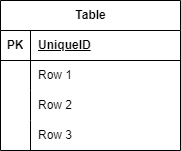
Before: src/public/images/er.drawio.png, a diagram exported from draw.io (tommy311111/pigly). Source tidied: cells renumbered, new cells last; positions are measured from the earlier drawing's top-left corner, leaving out a move shared by most shapes.
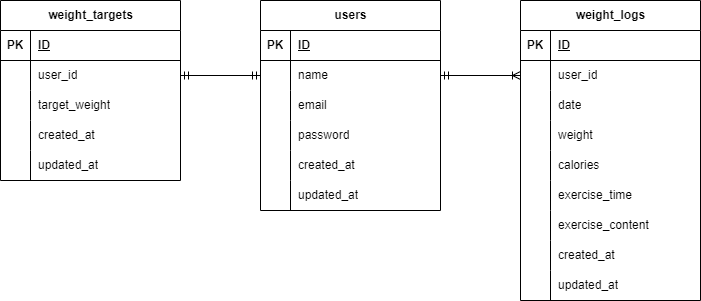
After the change.

Change to the diagram source:
```diff
@@ -2,8 +2,8 @@
   <root>
     <mxCell id="0" />
     <mxCell id="1" parent="0" />
-    <mxCell id="2" value="Table" style="shape=table;startSize=30;rowLines=0;fontStyle=1;align=center;html=1;" parent="1" vertex="1">
-      <mxGeometry width="180" height="150" as="geometry" />
+    <mxCell id="2" value="users" style="shape=table;startSize=30;rowLines=0;fontStyle=1;align=center;html=1;" parent="1" vertex="1">
+      <mxGeometry width="180" height="210" as="geometry" />
     </mxCell>
     <mxCell id="3" style="shape=tableRow;horizontal=0;startSize=0;swimlaneHead=0;swimlaneBody=0;fillColor=none;top=0;left=0;right=0;bottom=1;" parent="2" vertex="1">
       <mxGeometry y="30" width="180" height="30" as="geometry" />
@@ -11,7 +11,7 @@
     <mxCell id="4" value="PK" style="shape=partialRectangle;fillColor=none;top=0;left=0;bottom=0;right=0;fontStyle=1;overflow=hidden;whiteSpace=wrap;html=1;" parent="3" vertex="1">
       <mxGeometry width="30" height="30" as="geometry" />
     </mxCell>
-    <mxCell id="5" value="UniqueID" style="shape=partialRectangle;fillColor=none;top=0;left=0;bottom=0;right=0;align=left;spacingLeft=6;fontStyle=5;overflow=hidden;whiteSpace=wrap;html=1;" parent="3" vertex="1">
+    <mxCell id="5" value="ID" style="shape=partialRectangle;fillColor=none;top=0;left=0;bottom=0;right=0;align=left;spacingLeft=6;fontStyle=5;overflow=hidden;whiteSpace=wrap;html=1;" parent="3" vertex="1">
       <mxGeometry x="30" width="150" height="30" as="geometry" />
     </mxCell>
     <mxCell id="6" style="shape=tableRow;horizontal=0;startSize=0;swimlaneHead=0;swimlaneBody=0;fillColor=none;points=[[0,0.5],[1,0.5]];portConstraint=eastwest;top=0;left=0;right=0;bottom=0;" parent="2" vertex="1">
@@ -20,26 +20,182 @@
     <mxCell id="7" style="shape=partialRectangle;fillColor=none;top=0;left=0;bottom=0;right=0;overflow=hidden;whiteSpace=wrap;html=1;" parent="6" vertex="1">
       <mxGeometry width="30" height="30" as="geometry" />
     </mxCell>
-    <mxCell id="8" value="Row 1" style="shape=partialRectangle;fillColor=none;top=0;left=0;bottom=0;right=0;align=left;spacingLeft=6;overflow=hidden;whiteSpace=wrap;html=1;" parent="6" vertex="1">
+    <mxCell id="8" value="name" style="shape=partialRectangle;fillColor=none;top=0;left=0;bottom=0;right=0;align=left;spacingLeft=6;overflow=hidden;whiteSpace=wrap;html=1;" parent="6" vertex="1">
       <mxGeometry x="30" width="150" height="30" as="geometry" />
     </mxCell>
+    <mxCell id="15" style="shape=tableRow;horizontal=0;startSize=0;swimlaneHead=0;swimlaneBody=0;fillColor=none;top=0;left=0;right=0;bottom=0;" parent="2" vertex="1">
+      <mxGeometry y="90" width="180" height="30" as="geometry" />
+    </mxCell>
+    <mxCell id="16" style="shape=partialRectangle;fillColor=none;top=0;left=0;bottom=0;right=0;overflow=hidden;whiteSpace=wrap;html=1;" parent="15" vertex="1">
+      <mxGeometry width="30" height="30" as="geometry" />
+    </mxCell>
+    <mxCell id="17" value="email" style="shape=partialRectangle;fillColor=none;top=0;left=0;bottom=0;right=0;align=left;spacingLeft=6;overflow=hidden;whiteSpace=wrap;html=1;" parent="15" vertex="1">
+      <mxGeometry x="30" width="150" height="30" as="geometry" />
+    </mxCell>
+    <mxCell id="18" style="shape=tableRow;horizontal=0;startSize=0;swimlaneHead=0;swimlaneBody=0;fillColor=none;top=0;left=0;right=0;bottom=0;" parent="2" vertex="1">
+      <mxGeometry y="120" width="180" height="30" as="geometry" />
+    </mxCell>
+    <mxCell id="19" style="shape=partialRectangle;fillColor=none;top=0;left=0;bottom=0;right=0;overflow=hidden;whiteSpace=wrap;html=1;" parent="18" vertex="1">
+      <mxGeometry width="30" height="30" as="geometry" />
+    </mxCell>
+    <mxCell id="20" value="password" style="shape=partialRectangle;fillColor=none;top=0;left=0;bottom=0;right=0;align=left;spacingLeft=6;overflow=hidden;whiteSpace=wrap;html=1;" parent="18" vertex="1">
+      <mxGeometry x="30" width="150" height="30" as="geometry" />
+    </mxCell>
     <mxCell id="9" style="shape=tableRow;horizontal=0;startSize=0;swimlaneHead=0;swimlaneBody=0;fillColor=none;top=0;left=0;right=0;bottom=0;" parent="2" vertex="1">
-      <mxGeometry y="90" width="180" height="30" as="geometry" />
+      <mxGeometry y="150" width="180" height="30" as="geometry" />
     </mxCell>
     <mxCell id="10" style="shape=partialRectangle;fillColor=none;top=0;left=0;bottom=0;right=0;overflow=hidden;whiteSpace=wrap;html=1;" parent="9" vertex="1">
       <mxGeometry width="30" height="30" as="geometry" />
     </mxCell>
-    <mxCell id="11" value="Row 2" style="shape=partialRectangle;fillColor=none;top=0;left=0;bottom=0;right=0;align=left;spacingLeft=6;overflow=hidden;whiteSpace=wrap;html=1;" parent="9" vertex="1">
+    <mxCell id="11" value="created_at" style="shape=partialRectangle;fillColor=none;top=0;left=0;bottom=0;right=0;align=left;spacingLeft=6;overflow=hidden;whiteSpace=wrap;html=1;" parent="9" vertex="1">
       <mxGeometry x="30" width="150" height="30" as="geometry" />
     </mxCell>
     <mxCell id="12" style="shape=tableRow;horizontal=0;startSize=0;swimlaneHead=0;swimlaneBody=0;fillColor=none;top=0;left=0;right=0;bottom=0;" parent="2" vertex="1">
-      <mxGeometry y="120" width="180" height="30" as="geometry" />
+      <mxGeometry y="180" width="180" height="30" as="geometry" />
     </mxCell>
     <mxCell id="13" style="shape=partialRectangle;fillColor=none;top=0;left=0;bottom=0;right=0;overflow=hidden;whiteSpace=wrap;html=1;" parent="12" vertex="1">
       <mxGeometry width="30" height="30" as="geometry" />
     </mxCell>
-    <mxCell id="14" value="Row 3" style="shape=partialRectangle;fillColor=none;top=0;left=0;bottom=0;right=0;align=left;spacingLeft=6;overflow=hidden;whiteSpace=wrap;html=1;" parent="12" vertex="1">
+    <mxCell id="14" value="updated_at" style="shape=partialRectangle;fillColor=none;top=0;left=0;bottom=0;right=0;align=left;spacingLeft=6;overflow=hidden;whiteSpace=wrap;html=1;" parent="12" vertex="1">
       <mxGeometry x="30" width="150" height="30" as="geometry" />
     </mxCell>
+    <mxCell id="21" value="weight_targets" style="shape=table;startSize=30;rowLines=0;fontStyle=1;align=center;html=1;" parent="1" vertex="1">
+      <mxGeometry x="-260" width="180" height="180" as="geometry" />
+    </mxCell>
+    <mxCell id="22" style="shape=tableRow;horizontal=0;startSize=0;swimlaneHead=0;swimlaneBody=0;fillColor=none;top=0;left=0;right=0;bottom=1;" parent="21" vertex="1">
+      <mxGeometry y="30" width="180" height="30" as="geometry" />
+    </mxCell>
+    <mxCell id="23" value="PK" style="shape=partialRectangle;fillColor=none;top=0;left=0;bottom=0;right=0;fontStyle=1;overflow=hidden;whiteSpace=wrap;html=1;" parent="22" vertex="1">
+      <mxGeometry width="30" height="30" as="geometry" />
+    </mxCell>
+    <mxCell id="24" value="ID" style="shape=partialRectangle;fillColor=none;top=0;left=0;bottom=0;right=0;align=left;spacingLeft=6;fontStyle=5;overflow=hidden;whiteSpace=wrap;html=1;" parent="22" vertex="1">
+      <mxGeometry x="30" width="150" height="30" as="geometry" />
+    </mxCell>
+    <mxCell id="25" style="shape=tableRow;horizontal=0;startSize=0;swimlaneHead=0;swimlaneBody=0;fillColor=none;points=[[0,0.5],[1,0.5]];portConstraint=eastwest;top=0;left=0;right=0;bottom=0;" parent="21" vertex="1">
+      <mxGeometry y="60" width="180" height="30" as="geometry" />
+    </mxCell>
+    <mxCell id="26" style="shape=partialRectangle;fillColor=none;top=0;left=0;bottom=0;right=0;overflow=hidden;whiteSpace=wrap;html=1;" parent="25" vertex="1">
+      <mxGeometry width="30" height="30" as="geometry" />
+    </mxCell>
+    <mxCell id="27" value="user_id" style="shape=partialRectangle;fillColor=none;top=0;left=0;bottom=0;right=0;align=left;spacingLeft=6;overflow=hidden;whiteSpace=wrap;html=1;" parent="25" vertex="1">
+      <mxGeometry x="30" width="150" height="30" as="geometry" />
+    </mxCell>
+    <mxCell id="28" style="shape=tableRow;horizontal=0;startSize=0;swimlaneHead=0;swimlaneBody=0;fillColor=none;top=0;left=0;right=0;bottom=0;" parent="21" vertex="1">
+      <mxGeometry y="90" width="180" height="30" as="geometry" />
+    </mxCell>
+    <mxCell id="29" style="shape=partialRectangle;fillColor=none;top=0;left=0;bottom=0;right=0;overflow=hidden;whiteSpace=wrap;html=1;" parent="28" vertex="1">
+      <mxGeometry width="30" height="30" as="geometry" />
+    </mxCell>
+    <mxCell id="30" value="target_weight" style="shape=partialRectangle;fillColor=none;top=0;left=0;bottom=0;right=0;align=left;spacingLeft=6;overflow=hidden;whiteSpace=wrap;html=1;" parent="28" vertex="1">
+      <mxGeometry x="30" width="150" height="30" as="geometry" />
+    </mxCell>
+    <mxCell id="31" style="shape=tableRow;horizontal=0;startSize=0;swimlaneHead=0;swimlaneBody=0;fillColor=none;top=0;left=0;right=0;bottom=0;" parent="21" vertex="1">
+      <mxGeometry y="120" width="180" height="30" as="geometry" />
+    </mxCell>
+    <mxCell id="32" style="shape=partialRectangle;fillColor=none;top=0;left=0;bottom=0;right=0;overflow=hidden;whiteSpace=wrap;html=1;" parent="31" vertex="1">
+      <mxGeometry width="30" height="30" as="geometry" />
+    </mxCell>
+    <mxCell id="33" value="created_at" style="shape=partialRectangle;fillColor=none;top=0;left=0;bottom=0;right=0;align=left;spacingLeft=6;overflow=hidden;whiteSpace=wrap;html=1;" parent="31" vertex="1">
+      <mxGeometry x="30" width="150" height="30" as="geometry" />
+    </mxCell>
+    <mxCell id="34" style="shape=tableRow;horizontal=0;startSize=0;swimlaneHead=0;swimlaneBody=0;fillColor=none;top=0;left=0;right=0;bottom=0;" parent="21" vertex="1">
+      <mxGeometry y="150" width="180" height="30" as="geometry" />
+    </mxCell>
+    <mxCell id="35" style="shape=partialRectangle;fillColor=none;top=0;left=0;bottom=0;right=0;overflow=hidden;whiteSpace=wrap;html=1;" parent="34" vertex="1">
+      <mxGeometry width="30" height="30" as="geometry" />
+    </mxCell>
+    <mxCell id="36" value="updated_at" style="shape=partialRectangle;fillColor=none;top=0;left=0;bottom=0;right=0;align=left;spacingLeft=6;overflow=hidden;whiteSpace=wrap;html=1;" parent="34" vertex="1">
+      <mxGeometry x="30" width="150" height="30" as="geometry" />
+    </mxCell>
+    <mxCell id="37" value="weight_logs" style="shape=table;startSize=30;rowLines=0;fontStyle=1;align=center;html=1;" parent="1" vertex="1">
+      <mxGeometry x="260" width="180" height="300" as="geometry" />
+    </mxCell>
+    <mxCell id="38" style="shape=tableRow;horizontal=0;startSize=0;swimlaneHead=0;swimlaneBody=0;fillColor=none;top=0;left=0;right=0;bottom=1;" parent="37" vertex="1">
+      <mxGeometry y="30" width="180" height="30" as="geometry" />
+    </mxCell>
+    <mxCell id="39" value="PK" style="shape=partialRectangle;fillColor=none;top=0;left=0;bottom=0;right=0;fontStyle=1;overflow=hidden;whiteSpace=wrap;html=1;" parent="38" vertex="1">
+      <mxGeometry width="30" height="30" as="geometry" />
+    </mxCell>
+    <mxCell id="40" value="ID" style="shape=partialRectangle;fillColor=none;top=0;left=0;bottom=0;right=0;align=left;spacingLeft=6;fontStyle=5;overflow=hidden;whiteSpace=wrap;html=1;" parent="38" vertex="1">
+      <mxGeometry x="30" width="150" height="30" as="geometry" />
+    </mxCell>
+    <mxCell id="41" style="shape=tableRow;horizontal=0;startSize=0;swimlaneHead=0;swimlaneBody=0;fillColor=none;points=[[0,0.5],[1,0.5]];portConstraint=eastwest;top=0;left=0;right=0;bottom=0;" parent="37" vertex="1">
+      <mxGeometry y="60" width="180" height="30" as="geometry" />
+    </mxCell>
+    <mxCell id="42" style="shape=partialRectangle;fillColor=none;top=0;left=0;bottom=0;right=0;overflow=hidden;whiteSpace=wrap;html=1;" parent="41" vertex="1">
+      <mxGeometry width="30" height="30" as="geometry" />
+    </mxCell>
+    <mxCell id="43" value="user_id" style="shape=partialRectangle;fillColor=none;top=0;left=0;bottom=0;right=0;align=left;spacingLeft=6;overflow=hidden;whiteSpace=wrap;html=1;" parent="41" vertex="1">
+      <mxGeometry x="30" width="150" height="30" as="geometry" />
+    </mxCell>
+    <mxCell id="44" style="shape=tableRow;horizontal=0;startSize=0;swimlaneHead=0;swimlaneBody=0;fillColor=none;top=0;left=0;right=0;bottom=0;" parent="37" vertex="1">
+      <mxGeometry y="90" width="180" height="30" as="geometry" />
+    </mxCell>
+    <mxCell id="45" style="shape=partialRectangle;fillColor=none;top=0;left=0;bottom=0;right=0;overflow=hidden;whiteSpace=wrap;html=1;" parent="44" vertex="1">
+      <mxGeometry width="30" height="30" as="geometry" />
+    </mxCell>
+    <mxCell id="46" value="date" style="shape=partialRectangle;fillColor=none;top=0;left=0;bottom=0;right=0;align=left;spacingLeft=6;overflow=hidden;whiteSpace=wrap;html=1;" parent="44" vertex="1">
+      <mxGeometry x="30" width="150" height="30" as="geometry" />
+    </mxCell>
+    <mxCell id="47" style="shape=tableRow;horizontal=0;startSize=0;swimlaneHead=0;swimlaneBody=0;fillColor=none;top=0;left=0;right=0;bottom=0;" parent="37" vertex="1">
+      <mxGeometry y="120" width="180" height="30" as="geometry" />
+    </mxCell>
+    <mxCell id="48" style="shape=partialRectangle;fillColor=none;top=0;left=0;bottom=0;right=0;overflow=hidden;whiteSpace=wrap;html=1;" parent="47" vertex="1">
+      <mxGeometry width="30" height="30" as="geometry" />
+    </mxCell>
+    <mxCell id="49" value="weight" style="shape=partialRectangle;fillColor=none;top=0;left=0;bottom=0;right=0;align=left;spacingLeft=6;overflow=hidden;whiteSpace=wrap;html=1;" parent="47" vertex="1">
+      <mxGeometry x="30" width="150" height="30" as="geometry" />
+    </mxCell>
+    <mxCell id="50" style="shape=tableRow;horizontal=0;startSize=0;swimlaneHead=0;swimlaneBody=0;fillColor=none;top=0;left=0;right=0;bottom=0;" parent="37" vertex="1">
+      <mxGeometry y="150" width="180" height="30" as="geometry" />
+    </mxCell>
+    <mxCell id="51" style="shape=partialRectangle;fillColor=none;top=0;left=0;bottom=0;right=0;overflow=hidden;whiteSpace=wrap;html=1;" parent="50" vertex="1">
+      <mxGeometry width="30" height="30" as="geometry" />
+    </mxCell>
+    <mxCell id="52" value="calories" style="shape=partialRectangle;fillColor=none;top=0;left=0;bottom=0;right=0;align=left;spacingLeft=6;overflow=hidden;whiteSpace=wrap;html=1;" parent="50" vertex="1">
+      <mxGeometry x="30" width="150" height="30" as="geometry" />
+    </mxCell>
+    <mxCell id="53" style="shape=tableRow;horizontal=0;startSize=0;swimlaneHead=0;swimlaneBody=0;fillColor=none;top=0;left=0;right=0;bottom=0;" parent="37" vertex="1">
+      <mxGeometry y="180" width="180" height="30" as="geometry" />
+    </mxCell>
+    <mxCell id="54" style="shape=partialRectangle;fillColor=none;top=0;left=0;bottom=0;right=0;overflow=hidden;whiteSpace=wrap;html=1;" parent="53" vertex="1">
+      <mxGeometry width="30" height="30" as="geometry" />
+    </mxCell>
+    <mxCell id="55" value="exercise_time" style="shape=partialRectangle;fillColor=none;top=0;left=0;bottom=0;right=0;align=left;spacingLeft=6;overflow=hidden;whiteSpace=wrap;html=1;" parent="53" vertex="1">
+      <mxGeometry x="30" width="150" height="30" as="geometry" />
+    </mxCell>
+    <mxCell id="56" style="shape=tableRow;horizontal=0;startSize=0;swimlaneHead=0;swimlaneBody=0;fillColor=none;top=0;left=0;right=0;bottom=0;" parent="37" vertex="1">
+      <mxGeometry y="210" width="180" height="30" as="geometry" />
+    </mxCell>
+    <mxCell id="57" style="shape=partialRectangle;fillColor=none;top=0;left=0;bottom=0;right=0;overflow=hidden;whiteSpace=wrap;html=1;" parent="56" vertex="1">
+      <mxGeometry width="30" height="30" as="geometry" />
+    </mxCell>
+    <mxCell id="58" value="exercise_content" style="shape=partialRectangle;fillColor=none;top=0;left=0;bottom=0;right=0;align=left;spacingLeft=6;overflow=hidden;whiteSpace=wrap;html=1;" parent="56" vertex="1">
+      <mxGeometry x="30" width="150" height="30" as="geometry" />
+    </mxCell>
+    <mxCell id="59" style="shape=tableRow;horizontal=0;startSize=0;swimlaneHead=0;swimlaneBody=0;fillColor=none;top=0;left=0;right=0;bottom=0;" parent="37" vertex="1">
+      <mxGeometry y="240" width="180" height="30" as="geometry" />
+    </mxCell>
+    <mxCell id="60" style="shape=partialRectangle;fillColor=none;top=0;left=0;bottom=0;right=0;overflow=hidden;whiteSpace=wrap;html=1;" parent="59" vertex="1">
+      <mxGeometry width="30" height="30" as="geometry" />
+    </mxCell>
+    <mxCell id="61" value="created_at" style="shape=partialRectangle;fillColor=none;top=0;left=0;bottom=0;right=0;align=left;spacingLeft=6;overflow=hidden;whiteSpace=wrap;html=1;" parent="59" vertex="1">
+      <mxGeometry x="30" width="150" height="30" as="geometry" />
+    </mxCell>
+    <mxCell id="62" style="shape=tableRow;horizontal=0;startSize=0;swimlaneHead=0;swimlaneBody=0;fillColor=none;top=0;left=0;right=0;bottom=0;" parent="37" vertex="1">
+      <mxGeometry y="270" width="180" height="30" as="geometry" />
+    </mxCell>
+    <mxCell id="63" style="shape=partialRectangle;fillColor=none;top=0;left=0;bottom=0;right=0;overflow=hidden;whiteSpace=wrap;html=1;" parent="62" vertex="1">
+      <mxGeometry width="30" height="30" as="geometry" />
+    </mxCell>
+    <mxCell id="64" value="updated_at" style="shape=partialRectangle;fillColor=none;top=0;left=0;bottom=0;right=0;align=left;spacingLeft=6;overflow=hidden;whiteSpace=wrap;html=1;" parent="62" vertex="1">
+      <mxGeometry x="30" width="150" height="30" as="geometry" />
+    </mxCell>
+    <mxCell id="65" style="edgeStyle=none;html=1;exitX=1;exitY=0.5;exitDx=0;exitDy=0;entryX=0;entryY=0.5;entryDx=0;entryDy=0;startArrow=ERmandOne;startFill=0;endArrow=ERmandOne;endFill=0;" parent="1" edge="1" source="25" target="6">
+      <mxGeometry relative="1" as="geometry" />
+    </mxCell>
+    <mxCell id="66" style="edgeStyle=none;html=1;exitX=1;exitY=0.5;exitDx=0;exitDy=0;entryX=0;entryY=0.5;entryDx=0;entryDy=0;startArrow=ERmandOne;startFill=0;endArrow=ERoneToMany;endFill=0;" parent="1" edge="1" source="6" target="41">
+      <mxGeometry relative="1" as="geometry" />
+    </mxCell>
   </root>
 </mxGraphModel>
```
